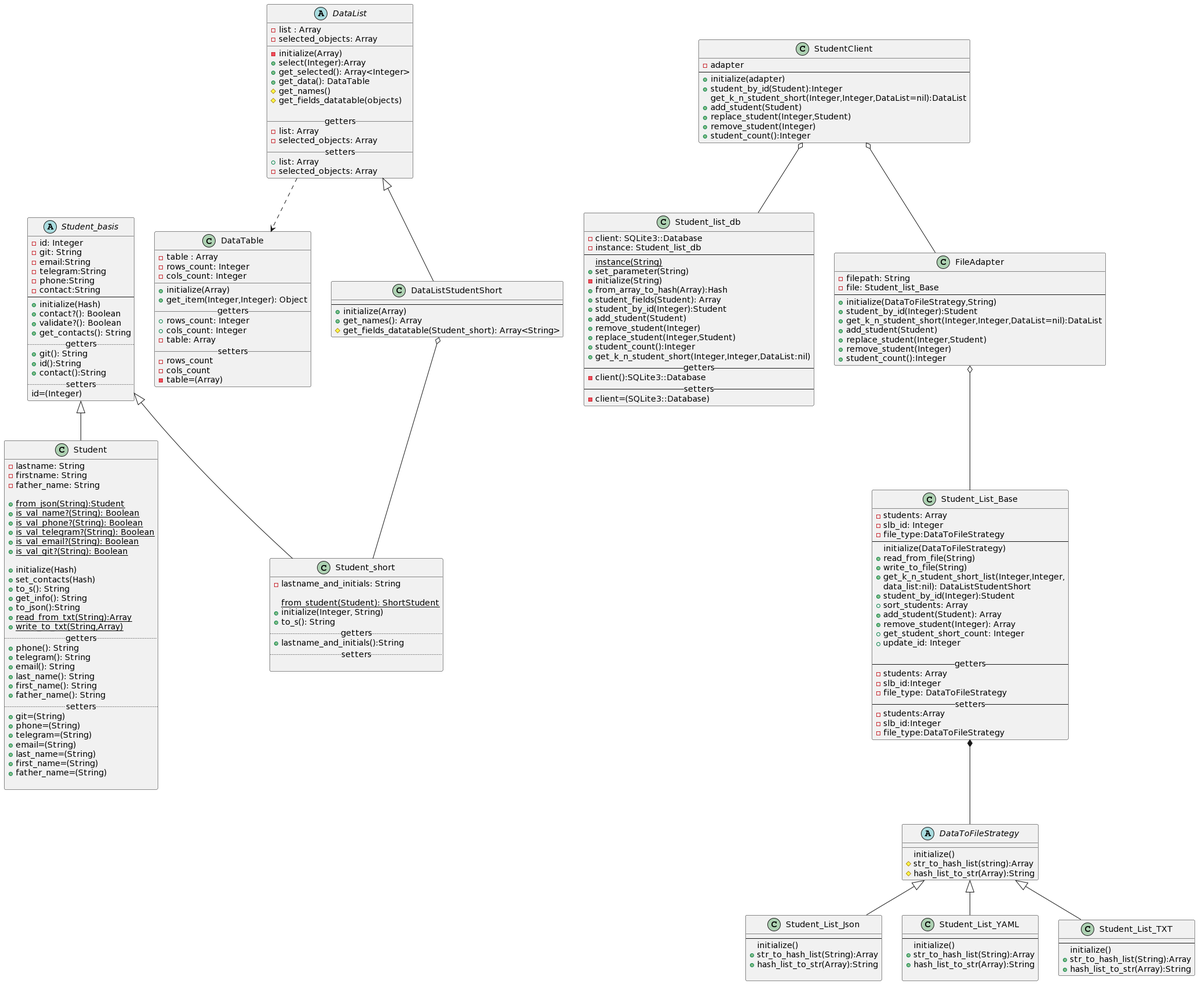
ColdEiler/pattern keeps this PlantUML diagram as lab2/diagrams/student_diagrams.png. Above is the earlier version.
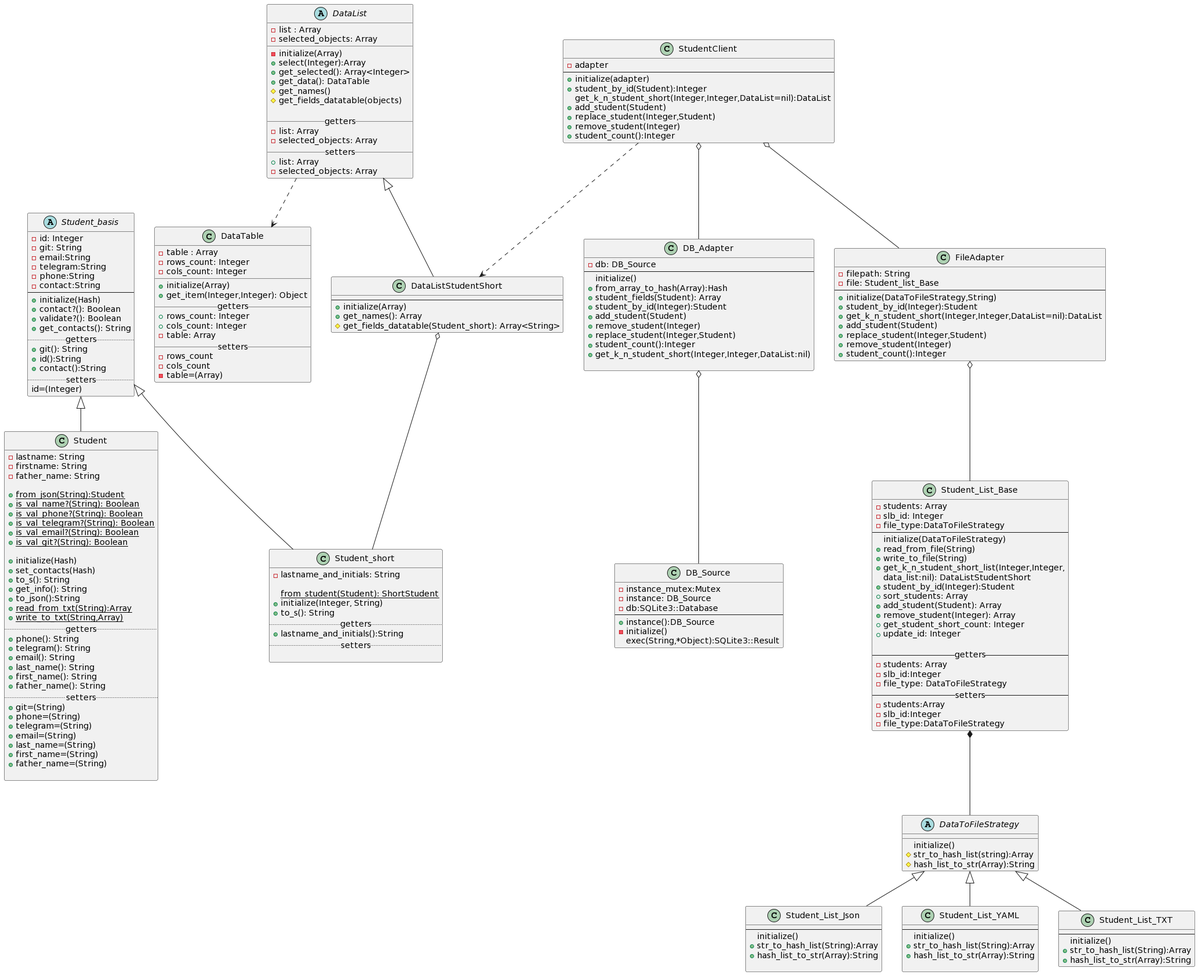
After the change.

Diff of the diagram source:
```diff
@@ -171,13 +171,10 @@
 }
 Student_List_Base *-- DataToFileStrategy
 
-class Student_list_db{
-    -client: SQLite3::Database
-    -instance: Student_list_db
+class DB_Adapter{
+    -db: DB_Source
     --
-    {static}instance(String)
-    +set_parameter(String)
-    -initialize(String)
+    initialize()
     +from_array_to_hash(Array):Hash
     +student_fields(Student): Array
     +student_by_id(Integer):Student
@@ -186,10 +183,17 @@
     +replace_student(Integer,Student)
     +student_count():Integer
     +get_k_n_student_short(Integer,Integer,DataList:nil)
-    --getters--
-    -client():SQLite3::Database
-    --setters--
-    -client=(SQLite3::Database)
+
+}
+
+class DB_Source{
+    -instance_mutex:Mutex
+    -instance: DB_Source
+    -db:SQLite3::Database
+    --
+    +instance():DB_Source
+    -initialize()
+    exec(String,*Object):SQLite3::Result
 }
 
 class FileAdapter{
@@ -218,5 +222,7 @@
     +student_count():Integer
 }
 StudentClient o-- FileAdapter
-StudentClient o-- Student_list_db
+StudentClient o-- DB_Adapter
+DB_Adapter o-- DB_Source
+StudentClient ..> DataListStudentShort
 @enduml
```
